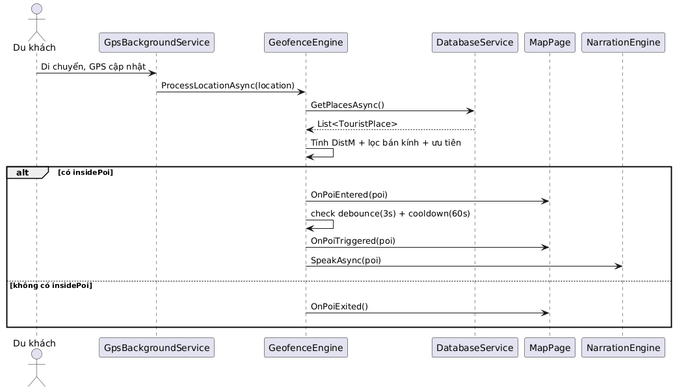
The PlantUML diagram Diagrams/SE DuKhach GeofenceEngine.png in hoangtri22/TravelGuide, before a commit. Its diagram source:
```plantuml
@startuml
actor "Du khách" as U
participant "GpsBackgroundService" as GPS
participant "GeofenceEngine" as GEO
participant "DatabaseService" as DB
participant "MapPage" as MAP
participant "NarrationEngine" as NAR
U -> GPS : Di chuyển, GPS cập nhật
GPS -> GEO : ProcessLocationAsync(location)
GEO -> DB : GetPlacesAsync()
DB --> GEO : List<TouristPlace>
GEO -> GEO : Tính DistM + lọc bán kính + ưu tiên
alt có insidePoi
  U -[hidden]-> NAR
  GEO -> MAP : OnPoiEntered(poi)
  GEO -> GEO : check debounce(3s) + cooldown(60s)
  GEO -> MAP : OnPoiTriggered(poi)
  GEO -> NAR : SpeakAsync(poi)
  NAR -[hidden]-> U
else không có insidePoi
  U -[hidden]-> NAR
  GEO -> MAP : OnPoiExited()
  NAR -[hidden]-> U
end
@enduml
```
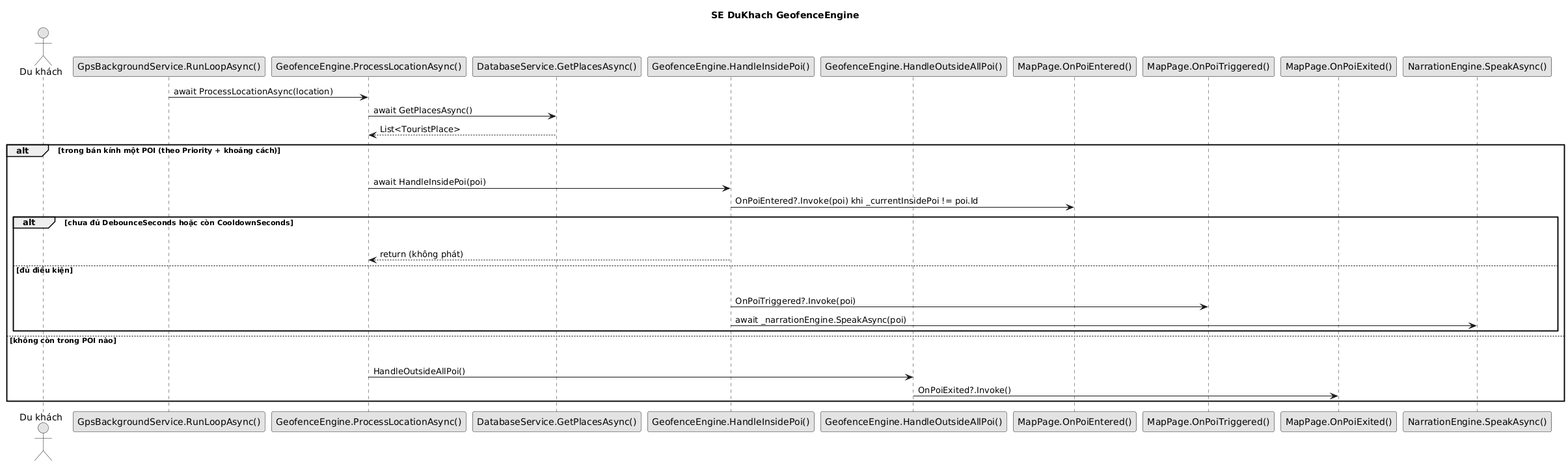
After the change.

Change to the diagram source:
```diff
@@ -1,25 +1,39 @@
 @startuml
+title SE DuKhach GeofenceEngine
+skinparam shadowing false
+skinparam monochrome true
 actor "Du khách" as U
-participant "GpsBackgroundService" as GPS
-participant "GeofenceEngine" as GEO
-participant "DatabaseService" as DB
-participant "MapPage" as MAP
-participant "NarrationEngine" as NAR
-U -> GPS : Di chuyển, GPS cập nhật
-GPS -> GEO : ProcessLocationAsync(location)
-GEO -> DB : GetPlacesAsync()
+participant "GpsBackgroundService.RunLoopAsync()" as LOOP
+participant "GeofenceEngine.ProcessLocationAsync()" as GEO
+participant "DatabaseService.GetPlacesAsync()" as DB
+participant "GeofenceEngine.HandleInsidePoi()" as IN
+participant "GeofenceEngine.HandleOutsideAllPoi()" as OUT
+participant "MapPage.OnPoiEntered()" as MAP1
+participant "MapPage.OnPoiTriggered()" as MAP2
+participant "MapPage.OnPoiExited()" as MAP3
+participant "NarrationEngine.SpeakAsync()" as NAR
+LOOP -> GEO : await ProcessLocationAsync(location)
+GEO -> DB : await GetPlacesAsync()
 DB --> GEO : List<TouristPlace>
-GEO -> GEO : Tính DistM + lọc bán kính + ưu tiên
-alt có insidePoi
-  U -[hidden]-> NAR
-  GEO -> MAP : OnPoiEntered(poi)
-  GEO -> GEO : check debounce(3s) + cooldown(60s)
-  GEO -> MAP : OnPoiTriggered(poi)
-  GEO -> NAR : SpeakAsync(poi)
-  NAR -[hidden]-> U
-else không có insidePoi
-  U -[hidden]-> NAR
-  GEO -> MAP : OnPoiExited()
-  NAR -[hidden]-> U
+alt trong bán kính một POI (theo Priority + khoảng cách)
+  U -[hidden]-> LOOP
+  IN -[hidden]-> NAR
+  GEO -> IN : await HandleInsidePoi(poi)
+  IN -> MAP1 : OnPoiEntered?.Invoke(poi) khi _currentInsidePoi != poi.Id
+  alt chưa đủ DebounceSeconds hoặc còn CooldownSeconds
+    U -[hidden]-> LOOP
+    IN -[hidden]-> NAR
+    IN --> GEO : return (không phát)
+  else đủ điều kiện
+    U -[hidden]-> LOOP
+    IN -[hidden]-> NAR
+    IN -> MAP2 : OnPoiTriggered?.Invoke(poi)
+    IN -> NAR : await _narrationEngine.SpeakAsync(poi)
+  end
+else không còn trong POI nào
+  U -[hidden]-> LOOP
+  IN -[hidden]-> NAR
+  GEO -> OUT : HandleOutsideAllPoi()
+  OUT -> MAP3 : OnPoiExited?.Invoke()
 end
 @enduml
```
